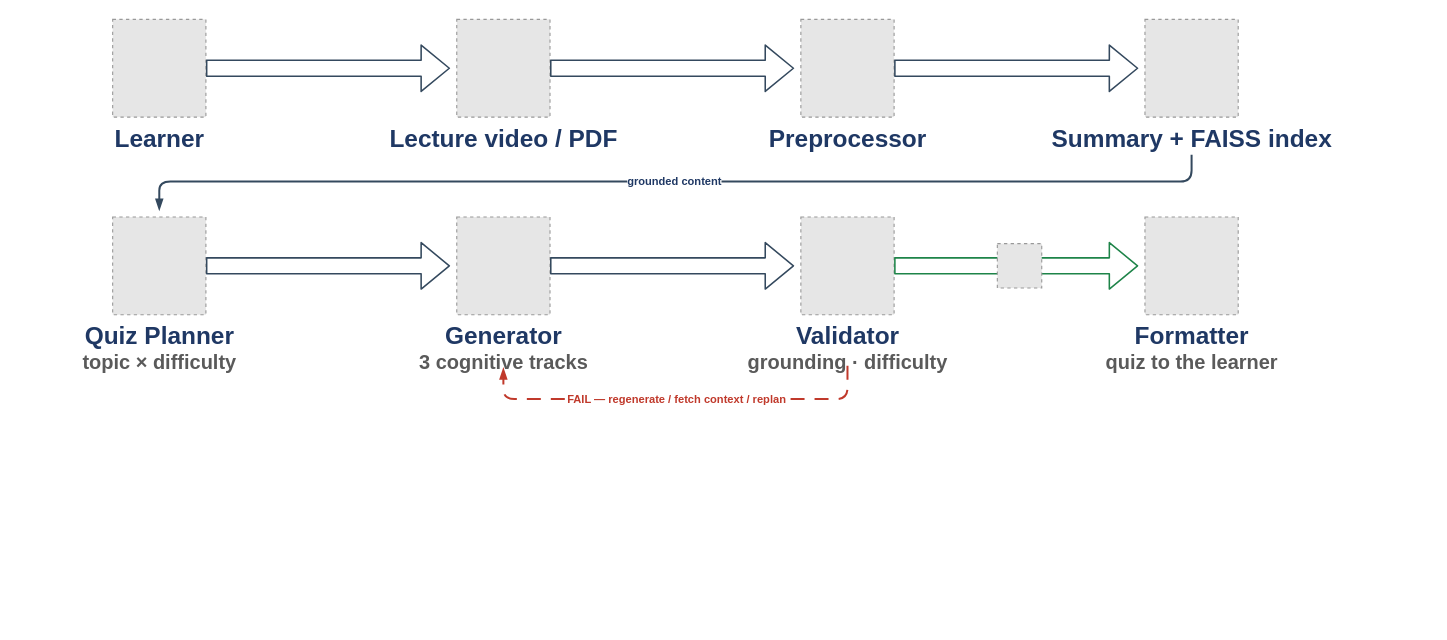
This is Book/synopsis-architecture.drawio from NinjaIfti/499B, a draw.io file, before an edit. Source tidied: cells renumbered, new cells numbered last; positions are measured from the earlier drawing's top-left corner, leaving out a move shared by most shapes. Both pictures are drawn from the tidied source at 111%, with x=0, y=0 at pixel (112, 19). Pictures stored in the file or linked from it are replaced by grey dashed boxes.
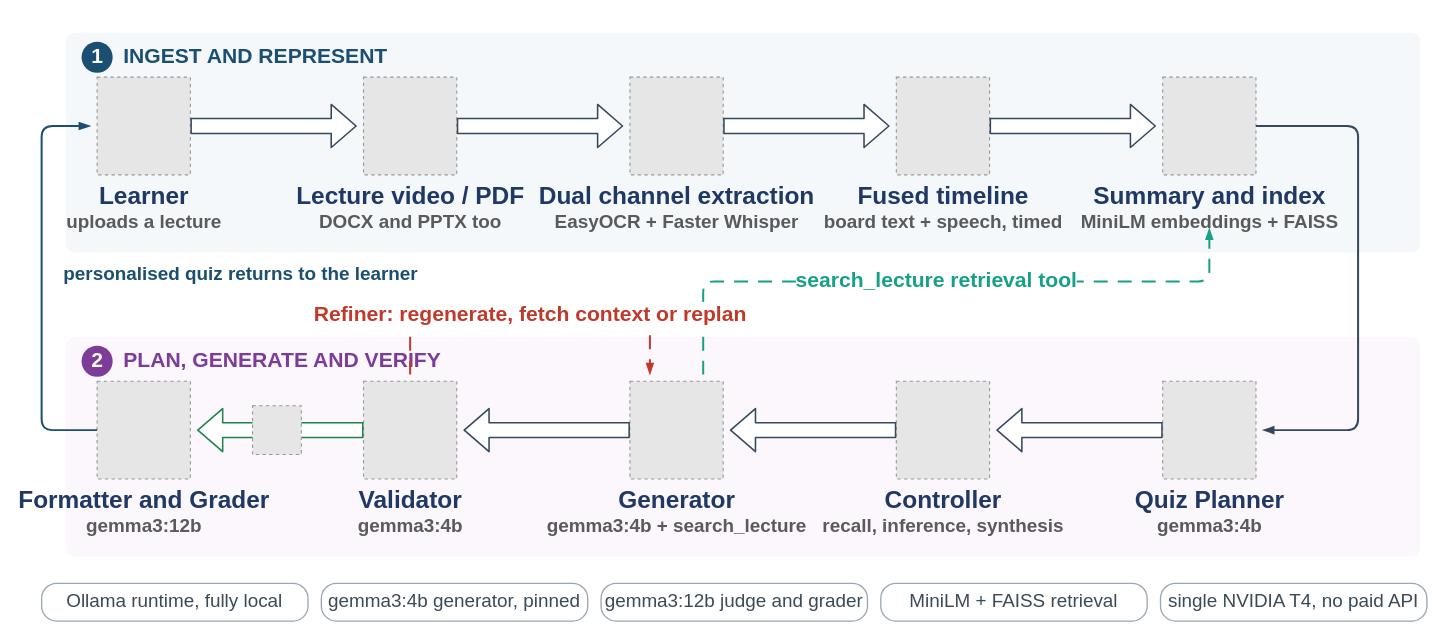
Above is the later version.

The edit, as a diff of the source:
```diff
@@
-    <mxCell id="2" value="&lt;b&gt;&lt;font style=&quot;font-size:22px&quot;&gt;Learner&lt;/font&gt;&lt;/b&gt;" style="fillColor=#E6E6E6;strokeColor=#999999;dashed=1;html=1;verticalLabelPosition=bottom;verticalAlign=top;labelBackgroundColor=none;fontSize=11;fontStyle=1;fontColor=#1F3864;fontFamily=Calibri;" parent="1" vertex="1">
-      <mxGeometry width="84" height="88" as="geometry" />
-    </mxCell>
-    <mxCell id="3" value="&lt;b&gt;&lt;font style=&quot;font-size:22px&quot;&gt;Lecture video / PDF&lt;/font&gt;&lt;/b&gt;" style="fillColor=#E6E6E6;strokeColor=#999999;dashed=1;html=1;verticalLabelPosition=bottom;verticalAlign=top;labelBackgroundColor=none;fontSize=11;fontStyle=1;fontColor=#1F3864;fontFamily=Calibri;" parent="1" vertex="1">
-      <mxGeometry x="310" width="84" height="88" as="geometry" />
-    </mxCell>
-    <mxCell id="4" value="&lt;b&gt;&lt;font style=&quot;font-size:22px&quot;&gt;Preprocessor&lt;/font&gt;&lt;/b&gt;" style="fillColor=#E6E6E6;strokeColor=#999999;dashed=1;html=1;verticalLabelPosition=bottom;verticalAlign=top;labelBackgroundColor=none;fontSize=11;fontStyle=1;fontColor=#1F3864;fontFamily=Calibri;" parent="1" vertex="1">
-      <mxGeometry x="620" width="84" height="88" as="geometry" />
-    </mxCell>
-    <mxCell id="5" value="&lt;b&gt;&lt;font style=&quot;font-size:22px&quot;&gt;Summary + FAISS index&lt;/font&gt;&lt;/b&gt;" style="fillColor=#E6E6E6;strokeColor=#999999;dashed=1;html=1;verticalLabelPosition=bottom;verticalAlign=top;labelBackgroundColor=none;fontSize=11;fontStyle=1;fontColor=#1F3864;fontFamily=Calibri;" parent="1" vertex="1">
-      <mxGeometry x="930" width="84" height="88" as="geometry" />
-    </mxCell>
-    <mxCell id="6" value="&lt;b&gt;&lt;font style=&quot;font-size:22px&quot;&gt;Quiz Planner&lt;/font&gt;&lt;/b&gt;&lt;br/&gt;&lt;font color=&quot;#5A5A5A&quot; style=&quot;font-size:18px&quot;&gt;topic × difficulty&lt;/font&gt;" style="fillColor=#E6E6E6;strokeColor=#999999;dashed=1;html=1;verticalLabelPosition=bottom;verticalAlign=top;labelBackgroundColor=none;fontSize=11;fontStyle=1;fontColor=#1F3864;fontFamily=Calibri;" parent="1" vertex="1">
-      <mxGeometry y="178" width="84" height="88" as="geometry" />
-    </mxCell>
-    <mxCell id="7" value="&lt;b&gt;&lt;font style=&quot;font-size:22px&quot;&gt;Generator&lt;/font&gt;&lt;/b&gt;&lt;br/&gt;&lt;font color=&quot;#5A5A5A&quot; style=&quot;font-size:18px&quot;&gt;3 cognitive tracks&lt;/font&gt;" style="fillColor=#E6E6E6;strokeColor=#999999;dashed=1;html=1;verticalLabelPosition=bottom;verticalAlign=top;labelBackgroundColor=none;fontSize=11;fontStyle=1;fontColor=#1F3864;fontFamily=Calibri;" parent="1" vertex="1">
-      <mxGeometry x="310" y="178" width="84" height="88" as="geometry" />
-    </mxCell>
-    <mxCell id="8" value="&lt;b&gt;&lt;font style=&quot;font-size:22px&quot;&gt;Validator&lt;/font&gt;&lt;/b&gt;&lt;br/&gt;&lt;font color=&quot;#5A5A5A&quot; style=&quot;font-size:18px&quot;&gt;grounding · difficulty&lt;/font&gt;" style="fillColor=#E6E6E6;strokeColor=#999999;dashed=1;html=1;verticalLabelPosition=bottom;verticalAlign=top;labelBackgroundColor=none;fontSize=11;fontStyle=1;fontColor=#1F3864;fontFamily=Calibri;" parent="1" vertex="1">
-      <mxGeometry x="620" y="178" width="84" height="88" as="geometry" />
-    </mxCell>
-    <mxCell id="9" value="&lt;b&gt;&lt;font style=&quot;font-size:22px&quot;&gt;Formatter&lt;/font&gt;&lt;/b&gt;&lt;br/&gt;&lt;font color=&quot;#5A5A5A&quot; style=&quot;font-size:18px&quot;&gt;quiz to the learner&lt;/font&gt;" style="fillColor=#E6E6E6;strokeColor=#999999;dashed=1;html=1;verticalLabelPosition=bottom;verticalAlign=top;labelBackgroundColor=none;fontSize=11;fontStyle=1;fontColor=#1F3864;fontFamily=Calibri;" parent="1" vertex="1">
-      <mxGeometry x="930" y="178" width="84" height="88" as="geometry" />
-    </mxCell>
-    <mxCell id="10" style="edgeStyle=none;shape=flexArrow;html=1;fillColor=#FFFFFF;strokeColor=#34495E;strokeWidth=1.4;width=14;endWidth=26;endSize=8;startSize=0;fontSize=10;fontStyle=1;fontColor=#1F3864;fontFamily=Calibri;labelBackgroundColor=#FFFFFF;" parent="1" edge="1">
-      <mxGeometry relative="1" as="geometry">
-        <mxPoint x="84" y="44" as="sourcePoint" />
-        <mxPoint x="304" y="44" as="targetPoint" />
-      </mxGeometry>
-    </mxCell>
-    <mxCell id="11" style="edgeStyle=none;shape=flexArrow;html=1;fillColor=#FFFFFF;strokeColor=#34495E;strokeWidth=1.4;width=14;endWidth=26;endSize=8;startSize=0;fontSize=10;fontStyle=1;fontColor=#1F3864;fontFamily=Calibri;labelBackgroundColor=#FFFFFF;" parent="1" edge="1">
-      <mxGeometry relative="1" as="geometry">
-        <mxPoint x="394" y="44" as="sourcePoint" />
-        <mxPoint x="614" y="44" as="targetPoint" />
-      </mxGeometry>
-    </mxCell>
-    <mxCell id="12" style="edgeStyle=none;shape=flexArrow;html=1;fillColor=#FFFFFF;strokeColor=#34495E;strokeWidth=1.4;width=14;endWidth=26;endSize=8;startSize=0;fontSize=10;fontStyle=1;fontColor=#1F3864;fontFamily=Calibri;labelBackgroundColor=#FFFFFF;" parent="1" edge="1">
-      <mxGeometry relative="1" as="geometry">
-        <mxPoint x="704" y="44" as="sourcePoint" />
-        <mxPoint x="924" y="44" as="targetPoint" />
-      </mxGeometry>
-    </mxCell>
-    <mxCell id="13" value="grounded content" style="edgeStyle=orthogonalEdgeStyle;rounded=1;html=1;strokeColor=#34495E;strokeWidth=1.8;endArrow=blockThin;endFill=1;endSize=6;fontSize=10;fontStyle=1;fontColor=#1F3864;fontFamily=Calibri;labelBackgroundColor=#FFFFFF;" parent="1" edge="1">
-      <mxGeometry relative="1" as="geometry">
-        <mxPoint x="972" y="122" as="sourcePoint" />
-        <mxPoint x="42" y="172" as="targetPoint" />
-        <Array as="points">
-          <mxPoint x="972" y="146" />
-          <mxPoint x="42" y="146" />
-        </Array>
-      </mxGeometry>
-    </mxCell>
-    <mxCell id="14" style="edgeStyle=none;shape=flexArrow;html=1;fillColor=#FFFFFF;strokeColor=#34495E;strokeWidth=1.4;width=14;endWidth=26;endSize=8;startSize=0;fontSize=10;fontStyle=1;fontColor=#1F3864;fontFamily=Calibri;labelBackgroundColor=#FFFFFF;" parent="1" edge="1">
-      <mxGeometry relative="1" as="geometry">
-        <mxPoint x="84" y="222" as="sourcePoint" />
-        <mxPoint x="304" y="222" as="targetPoint" />
-      </mxGeometry>
-    </mxCell>
-    <mxCell id="15" style="edgeStyle=none;shape=flexArrow;html=1;fillColor=#FFFFFF;strokeColor=#34495E;strokeWidth=1.4;width=14;endWidth=26;endSize=8;startSize=0;fontSize=10;fontStyle=1;fontColor=#1F3864;fontFamily=Calibri;labelBackgroundColor=#FFFFFF;" parent="1" edge="1">
-      <mxGeometry relative="1" as="geometry">
-        <mxPoint x="394" y="222" as="sourcePoint" />
-        <mxPoint x="614" y="222" as="targetPoint" />
-      </mxGeometry>
-    </mxCell>
-    <mxCell id="16" style="edgeStyle=none;shape=flexArrow;html=1;fillColor=#FFFFFF;strokeColor=#1E8449;strokeWidth=1.4;width=14;endWidth=26;endSize=8;startSize=0;fontSize=10;fontStyle=1;fontColor=#1E8449;fontFamily=Calibri;labelBackgroundColor=#FFFFFF;" parent="1" edge="1">
-      <mxGeometry relative="1" as="geometry">
-        <mxPoint x="704" y="222" as="sourcePoint" />
-        <mxPoint x="924" y="222" as="targetPoint" />
-      </mxGeometry>
-    </mxCell>
-    <mxCell id="17" style="fillColor=#E6E6E6;strokeColor=#999999;dashed=1;html=1;verticalLabelPosition=bottom;verticalAlign=top;labelBackgroundColor=none;fontSize=11;fontStyle=1;fontColor=#1F3864;fontFamily=Calibri;" parent="1" vertex="1">
-      <mxGeometry x="797" y="202" width="40" height="40" as="geometry" />
-    </mxCell>
-    <mxCell id="18" value="FAIL — regenerate / fetch context / replan" style="edgeStyle=orthogonalEdgeStyle;rounded=1;html=1;strokeColor=#C0392B;strokeWidth=1.8;dashed=1;dashPattern=7 5;endArrow=blockThin;endFill=1;endSize=6;fontSize=10;fontStyle=1;fontColor=#C0392B;fontFamily=Calibri;labelBackgroundColor=#FFFFFF;" parent="1" edge="1">
-      <mxGeometry relative="1" as="geometry">
-        <mxPoint x="662" y="312" as="sourcePoint" />
-        <mxPoint x="352" y="314" as="targetPoint" />
-        <Array as="points">
-          <mxPoint x="662" y="342" />
-          <mxPoint x="352" y="342" />
-        </Array>
-      </mxGeometry>
-    </mxCell>
+    <mxCell id="19" style="rounded=1;arcSize=4;html=1;fillColor=#F4F8FB;strokeColor=none;" parent="1" vertex="1">
+      <mxGeometry x="-42" y="12" width="1220" height="198" as="geometry" />
+    </mxCell>
+    <mxCell id="20" style="rounded=1;arcSize=4;html=1;fillColor=#FBF7FD;strokeColor=none;" parent="1" vertex="1">
+      <mxGeometry x="-42" y="286" width="1220" height="198" as="geometry" />
+    </mxCell>
+    <mxCell id="21" value="1" style="ellipse;html=1;fillColor=#1B4F72;strokeColor=none;fontColor=#FFFFFF;fontStyle=1;fontSize=19;fontFamily=Calibri;" parent="1" vertex="1">
+      <mxGeometry x="-28" y="20" width="28" height="28" as="geometry" />
+    </mxCell>
+    <mxCell id="22" value="INGEST AND REPRESENT" style="text;html=1;align=left;verticalAlign=middle;fontSize=19;fontStyle=1;fontColor=#1B4F72;fontFamily=Calibri;" parent="1" vertex="1">
+      <mxGeometry x="8" y="20" width="620" height="28" as="geometry" />
+    </mxCell>
+    <mxCell id="23" value="2" style="ellipse;html=1;fillColor=#7D3C98;strokeColor=none;fontColor=#FFFFFF;fontStyle=1;fontSize=19;fontFamily=Calibri;" parent="1" vertex="1">
+      <mxGeometry x="-28" y="294" width="28" height="28" as="geometry" />
+    </mxCell>
+    <mxCell id="24" value="PLAN, GENERATE AND VERIFY" style="text;html=1;align=left;verticalAlign=middle;fontSize=19;fontStyle=1;fontColor=#7D3C98;fontFamily=Calibri;" parent="1" vertex="1">
+      <mxGeometry x="8" y="294" width="620" height="28" as="geometry" />
+    </mxCell>
+    <mxCell id="25" value="&lt;b&gt;&lt;font style=&quot;font-size:22px&quot;&gt;Learner&lt;/font&gt;&lt;/b&gt;&lt;br/&gt;&lt;font color=&quot;#5A5A5A&quot; style=&quot;font-size:17px&quot;&gt;uploads a lecture&lt;/font&gt;" style="fillColor=#E6E6E6;strokeColor=#999999;dashed=1;html=1;verticalLabelPosition=bottom;verticalAlign=top;labelBackgroundColor=none;fontSize=11;fontStyle=1;fontColor=#1F3864;fontFamily=Calibri;" parent="1" vertex="1">
+      <mxGeometry x="-14" y="52" width="84" height="88" as="geometry" />
+    </mxCell>
+    <mxCell id="26" value="&lt;b&gt;&lt;font style=&quot;font-size:22px&quot;&gt;Lecture video / PDF&lt;/font&gt;&lt;/b&gt;&lt;br/&gt;&lt;font color=&quot;#5A5A5A&quot; style=&quot;font-size:17px&quot;&gt;DOCX and PPTX too&lt;/font&gt;" style="fillColor=#E6E6E6;strokeColor=#999999;dashed=1;html=1;verticalLabelPosition=bottom;verticalAlign=top;labelBackgroundColor=none;fontSize=11;fontStyle=1;fontColor=#1F3864;fontFamily=Calibri;" parent="1" vertex="1">
+      <mxGeometry x="226" y="52" width="84" height="88" as="geometry" />
+    </mxCell>
+    <mxCell id="27" value="&lt;b&gt;&lt;font style=&quot;font-size:22px&quot;&gt;Dual channel extraction&lt;/font&gt;&lt;/b&gt;&lt;br/&gt;&lt;font color=&quot;#5A5A5A&quot; style=&quot;font-size:17px&quot;&gt;EasyOCR + Faster Whisper&lt;/font&gt;" style="fillColor=#E6E6E6;strokeColor=#999999;dashed=1;html=1;verticalLabelPosition=bottom;verticalAlign=top;labelBackgroundColor=none;fontSize=11;fontStyle=1;fontColor=#1F3864;fontFamily=Calibri;" parent="1" vertex="1">
+      <mxGeometry x="466" y="52" width="84" height="88" as="geometry" />
+    </mxCell>
+    <mxCell id="28" value="&lt;b&gt;&lt;font style=&quot;font-size:22px&quot;&gt;Fused timeline&lt;/font&gt;&lt;/b&gt;&lt;br/&gt;&lt;font color=&quot;#5A5A5A&quot; style=&quot;font-size:17px&quot;&gt;board text + speech, timed&lt;/font&gt;" style="fillColor=#E6E6E6;strokeColor=#999999;dashed=1;html=1;verticalLabelPosition=bottom;verticalAlign=top;labelBackgroundColor=none;fontSize=11;fontStyle=1;fontColor=#1F3864;fontFamily=Calibri;" parent="1" vertex="1">
+      <mxGeometry x="706" y="52" width="84" height="88" as="geometry" />
+    </mxCell>
+    <mxCell id="29" value="&lt;b&gt;&lt;font style=&quot;font-size:22px&quot;&gt;Summary and index&lt;/font&gt;&lt;/b&gt;&lt;br/&gt;&lt;font color=&quot;#5A5A5A&quot; style=&quot;font-size:17px&quot;&gt;MiniLM embeddings + FAISS&lt;/font&gt;" style="fillColor=#E6E6E6;strokeColor=#999999;dashed=1;html=1;verticalLabelPosition=bottom;verticalAlign=top;labelBackgroundColor=none;fontSize=11;fontStyle=1;fontColor=#1F3864;fontFamily=Calibri;" parent="1" vertex="1">
+      <mxGeometry x="946" y="52" width="84" height="88" as="geometry" />
+    </mxCell>
+    <mxCell id="30" value="&lt;b&gt;&lt;font style=&quot;font-size:22px&quot;&gt;Formatter and Grader&lt;/font&gt;&lt;/b&gt;&lt;br/&gt;&lt;font color=&quot;#5A5A5A&quot; style=&quot;font-size:17px&quot;&gt;gemma3:12b&lt;/font&gt;" style="fillColor=#E6E6E6;strokeColor=#999999;dashed=1;html=1;verticalLabelPosition=bottom;verticalAlign=top;labelBackgroundColor=none;fontSize=11;fontStyle=1;fontColor=#1F3864;fontFamily=Calibri;" parent="1" vertex="1">
+      <mxGeometry x="-14" y="326" width="84" height="88" as="geometry" />
+    </mxCell>
+    <mxCell id="31" value="&lt;b&gt;&lt;font style=&quot;font-size:22px&quot;&gt;Validator&lt;/font&gt;&lt;/b&gt;&lt;br/&gt;&lt;font color=&quot;#5A5A5A&quot; style=&quot;font-size:17px&quot;&gt;gemma3:4b&lt;/font&gt;" style="fillColor=#E6E6E6;strokeColor=#999999;dashed=1;html=1;verticalLabelPosition=bottom;verticalAlign=top;labelBackgroundColor=none;fontSize=11;fontStyle=1;fontColor=#1F3864;fontFamily=Calibri;" parent="1" vertex="1">
+      <mxGeometry x="226" y="326" width="84" height="88" as="geometry" />
+    </mxCell>
+    <mxCell id="32" value="&lt;b&gt;&lt;font style=&quot;font-size:22px&quot;&gt;Generator&lt;/font&gt;&lt;/b&gt;&lt;br/&gt;&lt;font color=&quot;#5A5A5A&quot; style=&quot;font-size:17px&quot;&gt;gemma3:4b + search_lecture&lt;/font&gt;" style="fillColor=#E6E6E6;strokeColor=#999999;dashed=1;html=1;verticalLabelPosition=bottom;verticalAlign=top;labelBackgroundColor=none;fontSize=11;fontStyle=1;fontColor=#1F3864;fontFamily=Calibri;" parent="1" vertex="1">
+      <mxGeometry x="466" y="326" width="84" height="88" as="geometry" />
+    </mxCell>
+    <mxCell id="33" value="&lt;b&gt;&lt;font style=&quot;font-size:22px&quot;&gt;Controller&lt;/font&gt;&lt;/b&gt;&lt;br/&gt;&lt;font color=&quot;#5A5A5A&quot; style=&quot;font-size:17px&quot;&gt;recall, inference, synthesis&lt;/font&gt;" style="fillColor=#E6E6E6;strokeColor=#999999;dashed=1;html=1;verticalLabelPosition=bottom;verticalAlign=top;labelBackgroundColor=none;fontSize=11;fontStyle=1;fontColor=#1F3864;fontFamily=Calibri;" parent="1" vertex="1">
+      <mxGeometry x="706" y="326" width="84" height="88" as="geometry" />
+    </mxCell>
+    <mxCell id="34" value="&lt;b&gt;&lt;font style=&quot;font-size:22px&quot;&gt;Quiz Planner&lt;/font&gt;&lt;/b&gt;&lt;br/&gt;&lt;font color=&quot;#5A5A5A&quot; style=&quot;font-size:17px&quot;&gt;gemma3:4b&lt;/font&gt;" style="fillColor=#E6E6E6;strokeColor=#999999;dashed=1;html=1;verticalLabelPosition=bottom;verticalAlign=top;labelBackgroundColor=none;fontSize=11;fontStyle=1;fontColor=#1F3864;fontFamily=Calibri;" parent="1" vertex="1">
+      <mxGeometry x="946" y="326" width="84" height="88" as="geometry" />
+    </mxCell>
+    <mxCell id="35" style="edgeStyle=none;shape=flexArrow;html=1;fillColor=#FFFFFF;strokeColor=#34495E;strokeWidth=1.4;width=13;endWidth=24;endSize=7;startSize=0;fontSize=10;fontStyle=1;fontColor=#1F3864;fontFamily=Calibri;labelBackgroundColor=#FFFFFF;" parent="1" edge="1">
+      <mxGeometry relative="1" as="geometry">
+        <mxPoint x="70" y="96" as="sourcePoint" />
+        <mxPoint x="220" y="96" as="targetPoint" />
+      </mxGeometry>
+    </mxCell>
+    <mxCell id="36" style="edgeStyle=none;shape=flexArrow;html=1;fillColor=#FFFFFF;strokeColor=#34495E;strokeWidth=1.4;width=13;endWidth=24;endSize=7;startSize=0;fontSize=10;fontStyle=1;fontColor=#1F3864;fontFamily=Calibri;labelBackgroundColor=#FFFFFF;" parent="1" edge="1">
+      <mxGeometry relative="1" as="geometry">
+        <mxPoint x="310" y="96" as="sourcePoint" />
+        <mxPoint x="460" y="96" as="targetPoint" />
+      </mxGeometry>
+    </mxCell>
+    <mxCell id="37" style="edgeStyle=none;shape=flexArrow;html=1;fillColor=#FFFFFF;strokeColor=#34495E;strokeWidth=1.4;width=13;endWidth=24;endSize=7;startSize=0;fontSize=10;fontStyle=1;fontColor=#1F3864;fontFamily=Calibri;labelBackgroundColor=#FFFFFF;" parent="1" edge="1">
+      <mxGeometry relative="1" as="geometry">
+        <mxPoint x="550" y="96" as="sourcePoint" />
+        <mxPoint x="700" y="96" as="targetPoint" />
+      </mxGeometry>
+    </mxCell>
+    <mxCell id="38" style="edgeStyle=none;shape=flexArrow;html=1;fillColor=#FFFFFF;strokeColor=#34495E;strokeWidth=1.4;width=13;endWidth=24;endSize=7;startSize=0;fontSize=10;fontStyle=1;fontColor=#1F3864;fontFamily=Calibri;labelBackgroundColor=#FFFFFF;" parent="1" edge="1">
+      <mxGeometry relative="1" as="geometry">
+        <mxPoint x="790" y="96" as="sourcePoint" />
+        <mxPoint x="940" y="96" as="targetPoint" />
+      </mxGeometry>
+    </mxCell>
+    <mxCell id="39" style="edgeStyle=none;shape=flexArrow;html=1;fillColor=#FFFFFF;strokeColor=#34495E;strokeWidth=1.4;width=13;endWidth=24;endSize=7;startSize=0;fontSize=10;fontStyle=1;fontColor=#1F3864;fontFamily=Calibri;labelBackgroundColor=#FFFFFF;" parent="1" edge="1">
+      <mxGeometry relative="1" as="geometry">
+        <mxPoint x="946" y="370" as="sourcePoint" />
+        <mxPoint x="796" y="370" as="targetPoint" />
+      </mxGeometry>
+    </mxCell>
+    <mxCell id="40" style="edgeStyle=none;shape=flexArrow;html=1;fillColor=#FFFFFF;strokeColor=#34495E;strokeWidth=1.4;width=13;endWidth=24;endSize=7;startSize=0;fontSize=10;fontStyle=1;fontColor=#1F3864;fontFamily=Calibri;labelBackgroundColor=#FFFFFF;" parent="1" edge="1">
+      <mxGeometry relative="1" as="geometry">
+        <mxPoint x="706" y="370" as="sourcePoint" />
+        <mxPoint x="556" y="370" as="targetPoint" />
+      </mxGeometry>
+    </mxCell>
+    <mxCell id="41" style="edgeStyle=none;shape=flexArrow;html=1;fillColor=#FFFFFF;strokeColor=#34495E;strokeWidth=1.4;width=13;endWidth=24;endSize=7;startSize=0;fontSize=10;fontStyle=1;fontColor=#1F3864;fontFamily=Calibri;labelBackgroundColor=#FFFFFF;" parent="1" edge="1">
+      <mxGeometry relative="1" as="geometry">
+        <mxPoint x="466" y="370" as="sourcePoint" />
+        <mxPoint x="316" y="370" as="targetPoint" />
+      </mxGeometry>
+    </mxCell>
+    <mxCell id="42" style="edgeStyle=none;shape=flexArrow;html=1;fillColor=#FFFFFF;strokeColor=#1E8449;strokeWidth=1.4;width=13;endWidth=24;endSize=7;startSize=0;fontSize=10;fontStyle=1;fontColor=#1E8449;fontFamily=Calibri;labelBackgroundColor=#FFFFFF;" parent="1" edge="1">
+      <mxGeometry relative="1" as="geometry">
+        <mxPoint x="226" y="370" as="sourcePoint" />
+        <mxPoint x="76" y="370" as="targetPoint" />
+      </mxGeometry>
+    </mxCell>
+    <mxCell id="43" style="fillColor=#E6E6E6;strokeColor=#999999;dashed=1;html=1;verticalLabelPosition=bottom;verticalAlign=top;labelBackgroundColor=none;fontSize=11;fontStyle=1;fontColor=#1F3864;fontFamily=Calibri;" parent="1" vertex="1">
+      <mxGeometry x="126" y="348" width="44" height="44" as="geometry" />
+    </mxCell>
+    <mxCell id="44" style="edgeStyle=orthogonalEdgeStyle;rounded=1;html=1;strokeColor=#34495E;strokeWidth=1.8;endArrow=blockThin;endFill=1;endSize=6;fontSize=10;fontStyle=1;fontColor=#1F3864;fontFamily=Calibri;labelBackgroundColor=#FFFFFF;" parent="1" edge="1">
+      <mxGeometry relative="1" as="geometry">
+        <mxPoint x="1030" y="96" as="sourcePoint" />
+        <mxPoint x="1036" y="370" as="targetPoint" />
+        <Array as="points">
+          <mxPoint x="1122" y="96" />
+          <mxPoint x="1122" y="370" />
+        </Array>
+      </mxGeometry>
+    </mxCell>
+    <mxCell id="45" value="search_lecture retrieval tool" style="edgeStyle=orthogonalEdgeStyle;rounded=1;html=1;strokeColor=#16A085;strokeWidth=1.8;dashed=1;dashPattern=7 5;endArrow=blockThin;endFill=1;endSize=6;fontSize=10;fontStyle=1;fontColor=#16A085;fontFamily=Calibri;labelBackgroundColor=#FFFFFF;fontSize=19;" parent="1" edge="1">
+      <mxGeometry relative="1" as="geometry">
+        <mxPoint x="532" y="320" as="sourcePoint" />
+        <mxPoint x="988" y="188" as="targetPoint" />
+        <Array as="points">
+          <mxPoint x="532" y="236" />
+          <mxPoint x="988" y="236" />
+        </Array>
+      </mxGeometry>
+    </mxCell>
+    <mxCell id="46" value="Refiner: regenerate, fetch context or replan" style="edgeStyle=orthogonalEdgeStyle;rounded=1;html=1;strokeColor=#C0392B;strokeWidth=1.8;dashed=1;dashPattern=7 5;endArrow=blockThin;endFill=1;endSize=6;fontSize=10;fontStyle=1;fontColor=#C0392B;fontFamily=Calibri;labelBackgroundColor=#FFFFFF;fontSize=19;" parent="1" edge="1">
+      <mxGeometry relative="1" as="geometry">
+        <mxPoint x="268" y="320" as="sourcePoint" />
+        <mxPoint x="484" y="320" as="targetPoint" />
+        <Array as="points">
+          <mxPoint x="268" y="266" />
+          <mxPoint x="484" y="266" />
+        </Array>
+      </mxGeometry>
+    </mxCell>
+    <mxCell id="47" style="edgeStyle=orthogonalEdgeStyle;rounded=1;html=1;strokeColor=#1B4F72;strokeWidth=1.8;endArrow=blockThin;endFill=1;endSize=6;fontSize=10;fontStyle=1;fontColor=#1B4F72;fontFamily=Calibri;labelBackgroundColor=#FFFFFF;" parent="1" edge="1">
+      <mxGeometry relative="1" as="geometry">
+        <mxPoint x="-14" y="370" as="sourcePoint" />
+        <mxPoint x="-20" y="96" as="targetPoint" />
+        <Array as="points">
+          <mxPoint x="-64" y="370" />
+          <mxPoint x="-64" y="96" />
+        </Array>
+      </mxGeometry>
+    </mxCell>
+    <mxCell id="48" value="personalised quiz returns to the learner" style="text;html=1;align=left;verticalAlign=middle;fontSize=17;fontColor=#1B4F72;fontStyle=1;fontFamily=Calibri;" parent="1" vertex="1">
+      <mxGeometry x="-46" y="222" width="330" height="16" as="geometry" />
+    </mxCell>
+    <mxCell id="49" value="Ollama runtime, fully local" style="rounded=1;arcSize=40;html=1;whiteSpace=wrap;fillColor=#FFFFFF;strokeColor=#9AA7B2;strokeWidth=1.2;fontSize=17;fontColor=#3A4A57;fontFamily=Calibri;" parent="1" vertex="1">
+      <mxGeometry x="-64" y="508" width="240" height="34" as="geometry" />
+    </mxCell>
+    <mxCell id="50" value="gemma3:4b generator, pinned" style="rounded=1;arcSize=40;html=1;whiteSpace=wrap;fillColor=#FFFFFF;strokeColor=#9AA7B2;strokeWidth=1.2;fontSize=17;fontColor=#3A4A57;fontFamily=Calibri;" parent="1" vertex="1">
+      <mxGeometry x="188" y="508" width="240" height="34" as="geometry" />
+    </mxCell>
+    <mxCell id="51" value="gemma3:12b judge and grader" style="rounded=1;arcSize=40;html=1;whiteSpace=wrap;fillColor=#FFFFFF;strokeColor=#9AA7B2;strokeWidth=1.2;fontSize=17;fontColor=#3A4A57;fontFamily=Calibri;" parent="1" vertex="1">
+      <mxGeometry x="440" y="508" width="240" height="34" as="geometry" />
+    </mxCell>
+    <mxCell id="52" value="MiniLM + FAISS retrieval" style="rounded=1;arcSize=40;html=1;whiteSpace=wrap;fillColor=#FFFFFF;strokeColor=#9AA7B2;strokeWidth=1.2;fontSize=17;fontColor=#3A4A57;fontFamily=Calibri;" parent="1" vertex="1">
+      <mxGeometry x="692" y="508" width="240" height="34" as="geometry" />
+    </mxCell>
+    <mxCell id="53" value="single NVIDIA T4, no paid API" style="rounded=1;arcSize=40;html=1;whiteSpace=wrap;fillColor=#FFFFFF;strokeColor=#9AA7B2;strokeWidth=1.2;fontSize=17;fontColor=#3A4A57;fontFamily=Calibri;" parent="1" vertex="1">
+      <mxGeometry x="944" y="508" width="240" height="34" as="geometry" />
+    </mxCell>
```
